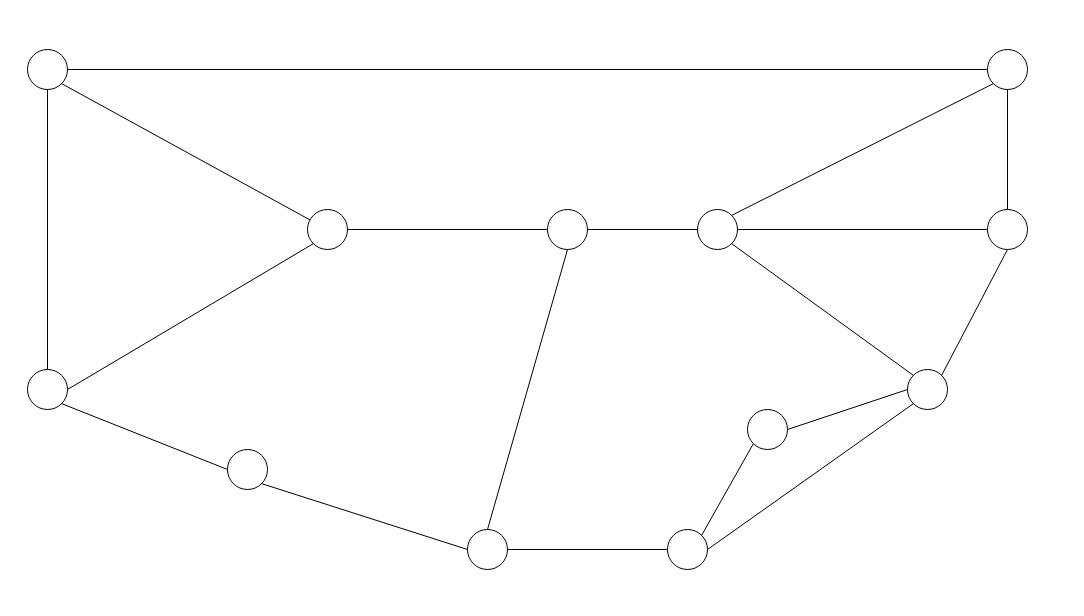
The draw.io diagram NetworkDiagram.drawio in YosefGuevara012/High-Speed-Networks---IST, before the edit. Source tidied: cells renumbered, new cells numbered last; positions are measured from the earlier drawing's top-left corner, leaving out a move shared by most shapes. Both pictures are drawn from the tidied source at 100%, with x=0, y=0 at pixel (27, 49).
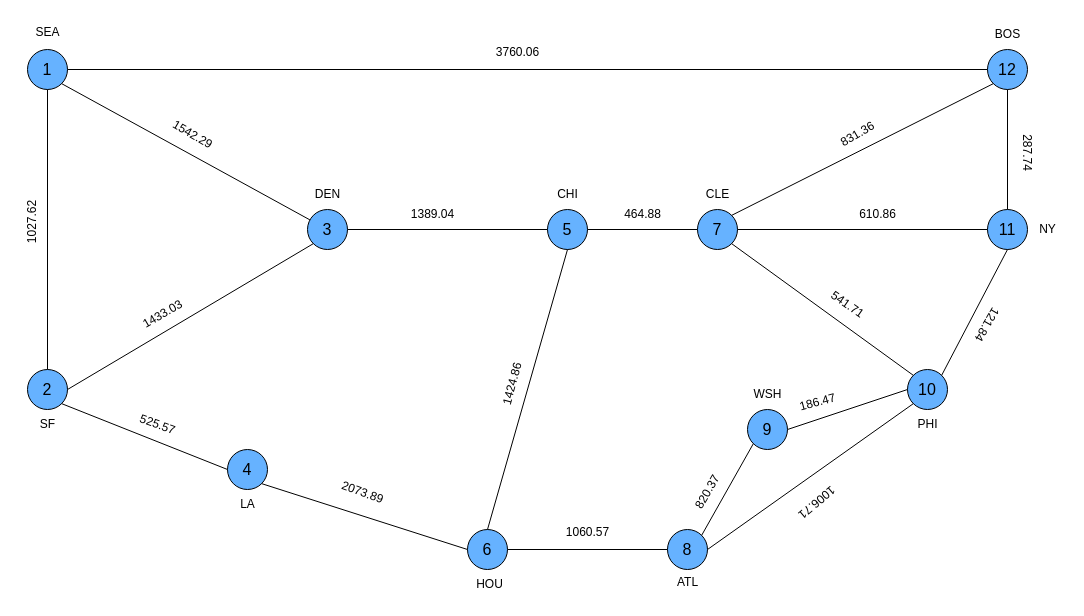
After the change.

The edit, as a diff of the source:
```diff
@@
-    <mxCell id="2" style="ellipse;whiteSpace=wrap;html=1;fontSize=16;" parent="1" vertex="1">
+    <mxCell id="2" value="1" style="ellipse;whiteSpace=wrap;html=1;fontSize=16;fillColor=#66B2FF;" parent="1" vertex="1">
       <mxGeometry width="40" height="40" as="geometry" />
     </mxCell>
-    <mxCell id="3" style="ellipse;whiteSpace=wrap;html=1;fontSize=16;" parent="1" vertex="1">
+    <mxCell id="3" value="2" style="ellipse;whiteSpace=wrap;html=1;fontSize=16;fillColor=#66B2FF;" parent="1" vertex="1">
       <mxGeometry y="320" width="40" height="40" as="geometry" />
     </mxCell>
-    <mxCell id="4" style="ellipse;whiteSpace=wrap;html=1;fontSize=16;" parent="1" vertex="1">
+    <mxCell id="4" value="3" style="ellipse;whiteSpace=wrap;html=1;fontSize=16;fillColor=#66B2FF;" parent="1" vertex="1">
       <mxGeometry x="280" y="160" width="40" height="40" as="geometry" />
     </mxCell>
-    <mxCell id="5" style="ellipse;whiteSpace=wrap;html=1;fontSize=16;" parent="1" vertex="1">
+    <mxCell id="5" value="4" style="ellipse;whiteSpace=wrap;html=1;fontSize=16;fillColor=#66B2FF;" parent="1" vertex="1">
       <mxGeometry x="200" y="400" width="40" height="40" as="geometry" />
     </mxCell>
-    <mxCell id="6" style="ellipse;whiteSpace=wrap;html=1;fontSize=16;" parent="1" vertex="1">
+    <mxCell id="6" value="5" style="ellipse;whiteSpace=wrap;html=1;fontSize=16;fillColor=#66B2FF;" parent="1" vertex="1">
       <mxGeometry x="520" y="160" width="40" height="40" as="geometry" />
     </mxCell>
-    <mxCell id="7" style="ellipse;whiteSpace=wrap;html=1;fontSize=16;" parent="1" vertex="1">
+    <mxCell id="7" value="6" style="ellipse;whiteSpace=wrap;html=1;fontSize=16;fillColor=#66B2FF;" parent="1" vertex="1">
       <mxGeometry x="440" y="480" width="40" height="40" as="geometry" />
     </mxCell>
-    <mxCell id="8" style="ellipse;whiteSpace=wrap;html=1;fontSize=16;" parent="1" vertex="1">
+    <mxCell id="8" value="7" style="ellipse;whiteSpace=wrap;html=1;fontSize=16;fillColor=#66B2FF;" parent="1" vertex="1">
       <mxGeometry x="670" y="160" width="40" height="40" as="geometry" />
     </mxCell>
-    <mxCell id="9" style="ellipse;whiteSpace=wrap;html=1;fontSize=16;" parent="1" vertex="1">
+    <mxCell id="9" value="8" style="ellipse;whiteSpace=wrap;html=1;fontSize=16;fillColor=#66B2FF;" parent="1" vertex="1">
       <mxGeometry x="640" y="480" width="40" height="40" as="geometry" />
     </mxCell>
-    <mxCell id="10" style="ellipse;whiteSpace=wrap;html=1;fontSize=16;" parent="1" vertex="1">
+    <mxCell id="10" value="12" style="ellipse;whiteSpace=wrap;html=1;fontSize=16;fillColor=#66B2FF;" parent="1" vertex="1">
       <mxGeometry x="960" width="40" height="40" as="geometry" />
     </mxCell>
-    <mxCell id="11" style="ellipse;whiteSpace=wrap;html=1;fontSize=16;" parent="1" vertex="1">
+    <mxCell id="11" value="11" style="ellipse;whiteSpace=wrap;html=1;fontSize=16;fillColor=#66B2FF;" parent="1" vertex="1">
       <mxGeometry x="960" y="160" width="40" height="40" as="geometry" />
     </mxCell>
-    <mxCell id="12" style="ellipse;whiteSpace=wrap;html=1;fontSize=16;" parent="1" vertex="1">
+    <mxCell id="12" value="9" style="ellipse;whiteSpace=wrap;html=1;fontSize=16;fillColor=#66B2FF;" parent="1" vertex="1">
       <mxGeometry x="720" y="360" width="40" height="40" as="geometry" />
     </mxCell>
-    <mxCell id="13" style="ellipse;whiteSpace=wrap;html=1;fontSize=16;" parent="1" vertex="1">
+    <mxCell id="13" value="10" style="ellipse;whiteSpace=wrap;html=1;fontSize=16;fillColor=#66B2FF;" parent="1" vertex="1">
       <mxGeometry x="880" y="320" width="40" height="40" as="geometry" />
     </mxCell>
@@
+    <mxCell id="32" value="SEA" style="text;html=1;align=center;verticalAlign=middle;strokeColor=none;fillColor=none;" parent="1" vertex="1">
+      <mxGeometry x="-5" y="-32" width="50" height="30" as="geometry" />
+    </mxCell>
+    <mxCell id="33" value="SF" style="text;html=1;align=center;verticalAlign=middle;strokeColor=none;fillColor=none;" parent="1" vertex="1">
+      <mxGeometry y="360" width="40" height="30" as="geometry" />
+    </mxCell>
+    <mxCell id="34" value="LA" style="text;html=1;align=center;verticalAlign=middle;strokeColor=none;fillColor=none;" parent="1" vertex="1">
+      <mxGeometry x="200" y="440" width="40" height="30" as="geometry" />
+    </mxCell>
+    <mxCell id="35" value="DEN" style="text;html=1;align=center;verticalAlign=middle;strokeColor=none;fillColor=none;" parent="1" vertex="1">
+      <mxGeometry x="275" y="130" width="50" height="30" as="geometry" />
+    </mxCell>
+    <mxCell id="36" value="CHI" style="text;html=1;align=center;verticalAlign=middle;strokeColor=none;fillColor=none;" parent="1" vertex="1">
+      <mxGeometry x="520" y="130" width="40" height="30" as="geometry" />
+    </mxCell>
+    <mxCell id="37" value="CLE" style="text;html=1;align=center;verticalAlign=middle;strokeColor=none;fillColor=none;" parent="1" vertex="1">
+      <mxGeometry x="665" y="130" width="50" height="30" as="geometry" />
+    </mxCell>
+    <mxCell id="38" value="WSH" style="text;html=1;align=center;verticalAlign=middle;strokeColor=none;fillColor=none;" parent="1" vertex="1">
+      <mxGeometry x="715" y="330" width="50" height="30" as="geometry" />
+    </mxCell>
+    <mxCell id="39" value="HOU" style="text;html=1;align=center;verticalAlign=middle;strokeColor=none;fillColor=none;" parent="1" vertex="1">
+      <mxGeometry x="437" y="520" width="50" height="30" as="geometry" />
+    </mxCell>
+    <mxCell id="40" value="ATL" style="text;html=1;align=center;verticalAlign=middle;strokeColor=none;fillColor=none;" parent="1" vertex="1">
+      <mxGeometry x="640" y="518" width="40" height="30" as="geometry" />
+    </mxCell>
+    <mxCell id="41" value="PHI" style="text;html=1;align=center;verticalAlign=middle;strokeColor=none;fillColor=none;" parent="1" vertex="1">
+      <mxGeometry x="880" y="360" width="40" height="30" as="geometry" />
+    </mxCell>
+    <mxCell id="42" value="NY" style="text;html=1;align=center;verticalAlign=middle;strokeColor=none;fillColor=none;" parent="1" vertex="1">
+      <mxGeometry x="1000" y="165" width="40" height="30" as="geometry" />
+    </mxCell>
+    <mxCell id="43" value="BOS" style="text;html=1;align=center;verticalAlign=middle;strokeColor=none;fillColor=none;" parent="1" vertex="1">
+      <mxGeometry x="955" y="-30" width="50" height="30" as="geometry" />
+    </mxCell>
+    <mxCell id="44" value="1027.62" style="text;html=1;align=center;verticalAlign=middle;strokeColor=none;fillColor=none;rotation=-90;" parent="1" vertex="1">
+      <mxGeometry x="-30" y="158" width="70" height="30" as="geometry" />
+    </mxCell>
+    <mxCell id="45" value="1542.29" style="text;html=1;align=center;verticalAlign=middle;strokeColor=none;fillColor=none;rotation=30;" parent="1" vertex="1">
+      <mxGeometry x="130" y="70" width="70" height="30" as="geometry" />
+    </mxCell>
+    <mxCell id="46" value="3760.06" style="text;html=1;align=center;verticalAlign=middle;strokeColor=none;fillColor=none;" parent="1" vertex="1">
+      <mxGeometry x="455" y="-12" width="70" height="30" as="geometry" />
+    </mxCell>
+    <mxCell id="47" value="1433.03" style="text;html=1;align=center;verticalAlign=middle;strokeColor=none;fillColor=none;rotation=-30;" parent="1" vertex="1">
+      <mxGeometry x="100" y="250" width="70" height="30" as="geometry" />
+    </mxCell>
+    <mxCell id="48" value="525.57" style="text;html=1;align=center;verticalAlign=middle;strokeColor=none;fillColor=none;rotation=20;" parent="1" vertex="1">
+      <mxGeometry x="100" y="360" width="60" height="30" as="geometry" />
+    </mxCell>
+    <mxCell id="49" value="1389.04" style="text;html=1;align=center;verticalAlign=middle;strokeColor=none;fillColor=none;" parent="1" vertex="1">
+      <mxGeometry x="370" y="150" width="70" height="30" as="geometry" />
+    </mxCell>
+    <mxCell id="50" value="2073.89" style="text;html=1;align=center;verticalAlign=middle;strokeColor=none;fillColor=none;rotation=20;" parent="1" vertex="1">
+      <mxGeometry x="300" y="428" width="70" height="30" as="geometry" />
+    </mxCell>
+    <mxCell id="51" value="1424.86" style="text;html=1;align=center;verticalAlign=middle;strokeColor=none;fillColor=none;rotation=-75;" parent="1" vertex="1">
+      <mxGeometry x="450" y="320" width="70" height="30" as="geometry" />
+    </mxCell>
+    <mxCell id="52" value="464.88" style="text;html=1;align=center;verticalAlign=middle;strokeColor=none;fillColor=none;" parent="1" vertex="1">
+      <mxGeometry x="585" y="150" width="60" height="30" as="geometry" />
+    </mxCell>
+    <mxCell id="53" value="1060.57" style="text;html=1;align=center;verticalAlign=middle;strokeColor=none;fillColor=none;" parent="1" vertex="1">
+      <mxGeometry x="525" y="468" width="70" height="30" as="geometry" />
+    </mxCell>
+    <mxCell id="54" value="541.71" style="text;html=1;align=center;verticalAlign=middle;strokeColor=none;fillColor=none;rotation=35;" parent="1" vertex="1">
+      <mxGeometry x="790" y="240" width="60" height="30" as="geometry" />
+    </mxCell>
+    <mxCell id="55" value="610.86" style="text;html=1;align=center;verticalAlign=middle;strokeColor=none;fillColor=none;" parent="1" vertex="1">
+      <mxGeometry x="820" y="150" width="60" height="30" as="geometry" />
+    </mxCell>
+    <mxCell id="56" value="831.36" style="text;html=1;align=center;verticalAlign=middle;strokeColor=none;fillColor=none;rotation=-30;" parent="1" vertex="1">
+      <mxGeometry x="800" y="70" width="60" height="30" as="geometry" />
+    </mxCell>
+    <mxCell id="57" value="287.74" style="text;html=1;align=center;verticalAlign=middle;strokeColor=none;fillColor=none;rotation=90;" parent="1" vertex="1">
+      <mxGeometry x="970" y="88" width="60" height="30" as="geometry" />
+    </mxCell>
+    <mxCell id="58" value="121.84" style="text;html=1;align=center;verticalAlign=middle;strokeColor=none;fillColor=none;rotation=-240;" parent="1" vertex="1">
+      <mxGeometry x="930" y="260" width="60" height="30" as="geometry" />
+    </mxCell>
+    <mxCell id="59" value="186.47" style="text;html=1;align=center;verticalAlign=middle;strokeColor=none;fillColor=none;rotation=-15;" parent="1" vertex="1">
+      <mxGeometry x="760" y="338" width="60" height="30" as="geometry" />
+    </mxCell>
+    <mxCell id="60" value="820.37" style="text;html=1;align=center;verticalAlign=middle;strokeColor=none;fillColor=none;rotation=-60;" parent="1" vertex="1">
+      <mxGeometry x="650" y="428" width="60" height="30" as="geometry" />
+    </mxCell>
+    <mxCell id="61" value="1006.71" style="text;html=1;align=center;verticalAlign=middle;strokeColor=none;fillColor=none;rotation=-220;" parent="1" vertex="1">
+      <mxGeometry x="755" y="438" width="70" height="30" as="geometry" />
+    </mxCell>
```
